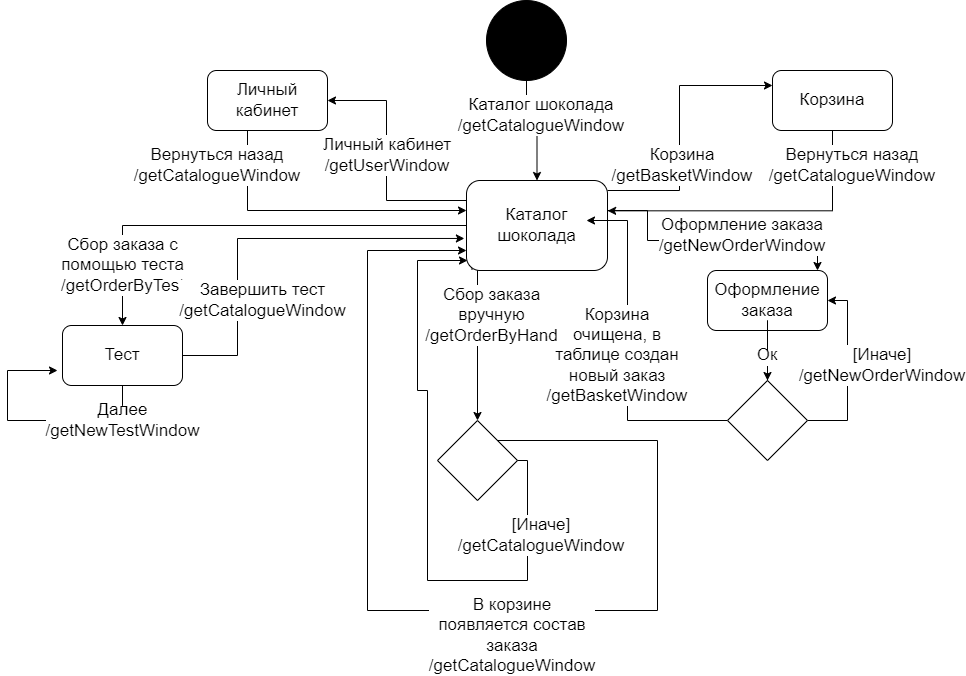
This is resource-images/umlForUser.png from frobbery/chocolate-shop, a draw.io export, as it was before one commit. Source tidied: cells renumbered, new cells last; positions are measured from the earlier drawing's top-left corner, leaving out a move shared by most shapes. Its diagram source:
```xml
<mxGraphModel>
  <root>
    <mxCell id="0" />
    <mxCell id="1" parent="0" />
    <mxCell id="2" style="edgeStyle=orthogonalEdgeStyle;rounded=0;jettySize=auto;html=1;exitX=1;exitY=1;exitDx=0;exitDy=0;entryX=1;entryY=0.75;entryDx=0;entryDy=0;fontSize=17;" parent="1" edge="1" source="x">
      <mxGeometry relative="1" as="geometry">
        <mxPoint x="1130" y="2.5" as="targetPoint" />
        <Array as="points">
          <mxPoint x="1730" y="420" />
          <mxPoint x="1260" y="420" />
          <mxPoint x="1260" />
          <mxPoint x="1130" />
        </Array>
      </mxGeometry>
    </mxCell>
    <mxCell id="3" style="edgeStyle=orthogonalEdgeStyle;rounded=0;jettySize=auto;html=1;entryX=0.5;entryY=0;entryDx=0;entryDy=0;fontSize=17;" parent="1" edge="1" source="4" target="10">
      <mxGeometry relative="1" as="geometry" />
    </mxCell>
    <mxCell id="4" style="ellipse;whiteSpace=wrap;html=1;labelBackgroundColor=default;sketch=0;fontSize=17;fillColor=#000000;" parent="1" vertex="1">
      <mxGeometry x="479" y="290" width="80" height="80" as="geometry" />
    </mxCell>
    <mxCell id="5" style="edgeStyle=orthogonalEdgeStyle;rounded=0;jettySize=auto;html=1;fontSize=17;entryX=0;entryY=0.25;entryDx=0;entryDy=0;" parent="1" edge="1" source="10" target="14">
      <mxGeometry relative="1" as="geometry">
        <Array as="points">
          <mxPoint x="672" y="480" />
          <mxPoint x="672" y="375" />
        </Array>
      </mxGeometry>
    </mxCell>
    <mxCell id="6" style="edgeStyle=orthogonalEdgeStyle;rounded=0;jettySize=auto;html=1;exitX=0;exitY=0.5;exitDx=0;exitDy=0;entryX=1;entryY=0.5;entryDx=0;entryDy=0;fontSize=17;" parent="1" edge="1" source="10" target="18">
      <mxGeometry relative="1" as="geometry">
        <Array as="points">
          <mxPoint x="459" y="490" />
          <mxPoint x="379" y="490" />
          <mxPoint x="379" y="390" />
        </Array>
      </mxGeometry>
    </mxCell>
    <mxCell id="7" style="edgeStyle=orthogonalEdgeStyle;rounded=0;jettySize=auto;html=1;fontSize=17;exitX=1;exitY=0.5;exitDx=0;exitDy=0;" parent="1" edge="1" source="10">
      <mxGeometry relative="1" as="geometry">
        <mxPoint x="810" y="560" as="targetPoint" />
        <Array as="points">
          <mxPoint x="640" y="500" />
          <mxPoint x="640" y="530" />
          <mxPoint x="810" y="530" />
          <mxPoint x="810" y="560" />
        </Array>
      </mxGeometry>
    </mxCell>
    <mxCell id="8" style="edgeStyle=orthogonalEdgeStyle;rounded=0;jettySize=auto;html=1;fontSize=17;exitX=0.039;exitY=0.993;exitDx=0;exitDy=0;exitPerimeter=0;entryX=0.5;entryY=0;entryDx=0;entryDy=0;" parent="1" edge="1" source="10" target="33">
      <mxGeometry relative="1" as="geometry">
        <Array as="points">
          <mxPoint x="470" y="530" />
        </Array>
      </mxGeometry>
    </mxCell>
    <mxCell id="9" style="edgeStyle=orthogonalEdgeStyle;rounded=0;jettySize=auto;html=1;entryX=0.5;entryY=0;entryDx=0;entryDy=0;fontSize=17;" parent="1" edge="1" source="10" target="39">
      <mxGeometry relative="1" as="geometry">
        <Array as="points">
          <mxPoint x="115" y="515" />
        </Array>
      </mxGeometry>
    </mxCell>
    <mxCell id="10" value="Каталог шоколада" style="rounded=1;whiteSpace=wrap;html=1;labelBackgroundColor=default;sketch=0;fontSize=17;fillColor=#FFFFFF;" parent="1" vertex="1">
      <mxGeometry x="459" y="470" width="141" height="90" as="geometry" />
    </mxCell>
    <mxCell id="11" style="edgeStyle=orthogonalEdgeStyle;rounded=0;orthogonalLoop=1;jettySize=auto;html=1;exitX=0.5;exitY=1;exitDx=0;exitDy=0;fontSize=17;" parent="1" edge="1" source="4" target="4">
      <mxGeometry relative="1" as="geometry" />
    </mxCell>
    <mxCell id="12" value="Каталог шоколада&lt;br&gt;/getCatalogueWindow" style="text;html=1;align=center;verticalAlign=middle;whiteSpace=wrap;rounded=0;fontSize=17;sketch=0;labelBackgroundColor=default;" parent="1" vertex="1">
      <mxGeometry x="399" y="390" width="270" height="30" as="geometry" />
    </mxCell>
    <mxCell id="13" style="edgeStyle=orthogonalEdgeStyle;rounded=0;jettySize=auto;html=1;entryX=1.001;entryY=0.337;entryDx=0;entryDy=0;fontSize=17;exitX=0.5;exitY=1;exitDx=0;exitDy=0;entryPerimeter=0;" parent="1" edge="1" source="14" target="10">
      <mxGeometry relative="1" as="geometry" />
    </mxCell>
    <mxCell id="14" value="Корзина" style="rounded=1;whiteSpace=wrap;html=1;labelBackgroundColor=default;sketch=0;fontSize=17;fillColor=#FFFFFF;" parent="1" vertex="1">
      <mxGeometry x="765" y="360" width="120" height="60" as="geometry" />
    </mxCell>
    <mxCell id="15" value="Корзина&lt;br&gt;/getBasketWindow" style="text;html=1;align=center;verticalAlign=middle;whiteSpace=wrap;rounded=0;fontSize=17;sketch=0;labelBackgroundColor=default;" parent="1" vertex="1">
      <mxGeometry x="610" y="440" width="130" height="30" as="geometry" />
    </mxCell>
    <mxCell id="16" value="Вернуться назад&lt;br&gt;/getCatalogueWindow" style="text;html=1;align=center;verticalAlign=middle;whiteSpace=wrap;rounded=0;labelBackgroundColor=#FFFFFF;sketch=0;fontSize=17;" parent="1" vertex="1">
      <mxGeometry x="755" y="440" width="180" height="30" as="geometry" />
    </mxCell>
    <mxCell id="17" style="edgeStyle=orthogonalEdgeStyle;rounded=0;jettySize=auto;html=1;fontSize=17;" parent="1" edge="1" source="18">
      <mxGeometry relative="1" as="geometry">
        <mxPoint x="459" y="500" as="targetPoint" />
        <Array as="points">
          <mxPoint x="240" y="500" />
        </Array>
      </mxGeometry>
    </mxCell>
    <mxCell id="18" value="Личный кабинет" style="rounded=1;whiteSpace=wrap;html=1;labelBackgroundColor=default;sketch=0;fontSize=17;fillColor=#FFFFFF;" parent="1" vertex="1">
      <mxGeometry x="200" y="360" width="120" height="60" as="geometry" />
    </mxCell>
    <mxCell id="19" value="Личный кабинет&lt;br&gt;/getUserWindow" style="text;html=1;align=center;verticalAlign=middle;whiteSpace=wrap;rounded=0;fontSize=17;sketch=0;labelBackgroundColor=default;" parent="1" vertex="1">
      <mxGeometry x="315" y="430" width="130" height="30" as="geometry" />
    </mxCell>
    <mxCell id="20" value="Вернуться назад&lt;br&gt;/getCatalogueWindow" style="text;html=1;align=center;verticalAlign=middle;whiteSpace=wrap;rounded=0;labelBackgroundColor=#FFFFFF;sketch=0;fontSize=17;" parent="1" vertex="1">
      <mxGeometry x="120" y="440" width="180" height="30" as="geometry" />
    </mxCell>
    <mxCell id="21" style="edgeStyle=orthogonalEdgeStyle;rounded=0;jettySize=auto;html=1;entryX=0.5;entryY=0;entryDx=0;entryDy=0;fontSize=17;startArrow=none;" parent="1" edge="1" source="26" target="25">
      <mxGeometry relative="1" as="geometry" />
    </mxCell>
    <mxCell id="22" value="Оформление заказа" style="rounded=1;whiteSpace=wrap;html=1;labelBackgroundColor=default;sketch=0;fontSize=17;fillColor=#FFFFFF;" parent="1" vertex="1">
      <mxGeometry x="700" y="560" width="120" height="60" as="geometry" />
    </mxCell>
    <mxCell id="23" style="edgeStyle=orthogonalEdgeStyle;rounded=0;jettySize=auto;html=1;fontSize=17;" parent="1" edge="1" source="25">
      <mxGeometry relative="1" as="geometry">
        <mxPoint x="579" y="510" as="targetPoint" />
        <Array as="points">
          <mxPoint x="620" y="710" />
          <mxPoint x="620" y="510" />
          <mxPoint x="579" y="510" />
        </Array>
      </mxGeometry>
    </mxCell>
    <mxCell id="24" style="edgeStyle=orthogonalEdgeStyle;rounded=0;jettySize=auto;html=1;entryX=1;entryY=0.5;entryDx=0;entryDy=0;fontSize=17;" parent="1" edge="1" source="25" target="22">
      <mxGeometry relative="1" as="geometry">
        <Array as="points">
          <mxPoint x="840" y="710" />
          <mxPoint x="840" y="590" />
        </Array>
      </mxGeometry>
    </mxCell>
    <mxCell id="25" style="rhombus;whiteSpace=wrap;html=1;labelBackgroundColor=default;sketch=0;fontSize=17;fillColor=#FFFFFF;" parent="1" vertex="1">
      <mxGeometry x="720" y="670" width="80" height="80" as="geometry" />
    </mxCell>
    <mxCell id="26" value="Ок" style="text;html=1;strokeColor=none;fillColor=none;align=center;verticalAlign=middle;whiteSpace=wrap;rounded=0;labelBackgroundColor=default;sketch=0;fontSize=17;" parent="1" vertex="1">
      <mxGeometry x="730" y="630" width="60" height="30" as="geometry" />
    </mxCell>
    <mxCell id="27" style="edgeStyle=orthogonalEdgeStyle;rounded=0;jettySize=auto;html=1;entryX=0.5;entryY=0;entryDx=0;entryDy=0;fontSize=17;endArrow=none;" parent="1" edge="1" source="22" target="26">
      <mxGeometry relative="1" as="geometry" />
    </mxCell>
    <mxCell id="28" value="Корзина очищена, в таблице создан новый заказ&lt;br&gt;/getBasketWindow" style="text;html=1;align=center;verticalAlign=middle;whiteSpace=wrap;rounded=0;fontSize=17;sketch=0;labelBackgroundColor=default;" parent="1" vertex="1">
      <mxGeometry x="545" y="630" width="130" height="30" as="geometry" />
    </mxCell>
    <mxCell id="29" value="Оформление заказа&lt;br&gt;/&lt;span style=&quot;text-align: left&quot;&gt;getNewOrderWindow&lt;/span&gt;" style="text;html=1;strokeColor=none;fillColor=none;align=center;verticalAlign=middle;whiteSpace=wrap;rounded=0;labelBackgroundColor=#FFFFFF;sketch=0;fontSize=17;" parent="1" vertex="1">
      <mxGeometry x="690" y="510" width="90" height="30" as="geometry" />
    </mxCell>
    <mxCell id="30" value="[Иначе]&lt;br&gt;/&lt;span style=&quot;text-align: left&quot;&gt;getNewOrderWindow&lt;/span&gt;" style="text;html=1;strokeColor=none;fillColor=none;align=center;verticalAlign=middle;whiteSpace=wrap;rounded=0;labelBackgroundColor=#FFFFFF;sketch=0;fontSize=17;" parent="1" vertex="1">
      <mxGeometry x="830" y="640" width="90" height="30" as="geometry" />
    </mxCell>
    <mxCell id="31" style="edgeStyle=orthogonalEdgeStyle;rounded=0;jettySize=auto;html=1;exitX=0.5;exitY=1;exitDx=0;exitDy=0;fontSize=17;" parent="1" edge="1" source="33">
      <mxGeometry relative="1" as="geometry">
        <mxPoint x="460" y="550" as="targetPoint" />
        <Array as="points">
          <mxPoint x="470" y="750" />
          <mxPoint x="520" y="750" />
          <mxPoint x="520" y="870" />
          <mxPoint x="420" y="870" />
          <mxPoint x="420" y="680" />
          <mxPoint x="410" y="680" />
          <mxPoint x="410" y="550" />
          <mxPoint x="460" y="550" />
        </Array>
      </mxGeometry>
    </mxCell>
    <mxCell id="32" style="edgeStyle=orthogonalEdgeStyle;rounded=0;jettySize=auto;html=1;exitX=1;exitY=0;exitDx=0;exitDy=0;fontSize=17;" parent="1" edge="1" source="33">
      <mxGeometry relative="1" as="geometry">
        <mxPoint x="459" y="540" as="targetPoint" />
        <Array as="points">
          <mxPoint x="650" y="730" />
          <mxPoint x="650" y="900" />
          <mxPoint x="360" y="900" />
          <mxPoint x="360" y="540" />
          <mxPoint x="459" y="540" />
        </Array>
      </mxGeometry>
    </mxCell>
    <mxCell id="33" style="rhombus;whiteSpace=wrap;html=1;labelBackgroundColor=default;sketch=0;fontSize=17;fillColor=#FFFFFF;" parent="1" vertex="1">
      <mxGeometry x="430" y="710" width="80" height="80" as="geometry" />
    </mxCell>
    <mxCell id="34" value="Сбор заказа вручную&lt;br&gt;/&lt;span style=&quot;text-align: left&quot;&gt;getOrderByHand&lt;/span&gt;" style="text;html=1;strokeColor=none;fillColor=none;align=center;verticalAlign=middle;whiteSpace=wrap;rounded=0;labelBackgroundColor=#FFFFFF;sketch=0;fontSize=17;" parent="1" vertex="1">
      <mxGeometry x="445" y="590" width="79" height="30" as="geometry" />
    </mxCell>
    <mxCell id="35" value="[Иначе]&lt;br&gt;/&lt;span style=&quot;text-align: left&quot;&gt;getCatalogueWindow&lt;/span&gt;" style="text;html=1;strokeColor=none;fillColor=none;align=center;verticalAlign=middle;whiteSpace=wrap;rounded=0;labelBackgroundColor=#FFFFFF;sketch=0;fontSize=17;" parent="1" vertex="1">
      <mxGeometry x="489" y="810" width="90" height="30" as="geometry" />
    </mxCell>
    <mxCell id="36" value="В корзине появляется состав заказа&lt;br&gt;/getCatalogueWindow" style="text;html=1;align=center;verticalAlign=middle;whiteSpace=wrap;rounded=0;fontSize=17;sketch=0;labelBackgroundColor=default;" parent="1" vertex="1">
      <mxGeometry x="440" y="910" width="130" height="30" as="geometry" />
    </mxCell>
    <mxCell id="37" style="edgeStyle=orthogonalEdgeStyle;rounded=0;jettySize=auto;html=1;fontSize=17;startArrow=none;" parent="1" edge="1" source="41">
      <mxGeometry relative="1" as="geometry">
        <mxPoint x="50" y="660" as="targetPoint" />
        <Array as="points">
          <mxPoint y="710" />
          <mxPoint y="660" />
        </Array>
      </mxGeometry>
    </mxCell>
    <mxCell id="38" style="edgeStyle=orthogonalEdgeStyle;rounded=0;jettySize=auto;html=1;entryX=-0.015;entryY=0.644;entryDx=0;entryDy=0;entryPerimeter=0;fontSize=17;exitX=1;exitY=0.5;exitDx=0;exitDy=0;" parent="1" edge="1" source="39" target="10">
      <mxGeometry relative="1" as="geometry">
        <Array as="points">
          <mxPoint x="230" y="645" />
          <mxPoint x="230" y="528" />
        </Array>
      </mxGeometry>
    </mxCell>
    <mxCell id="39" value="Тест" style="rounded=1;whiteSpace=wrap;html=1;labelBackgroundColor=default;sketch=0;fontSize=17;fillColor=#FFFFFF;" parent="1" vertex="1">
      <mxGeometry x="55" y="615" width="120" height="60" as="geometry" />
    </mxCell>
    <mxCell id="40" value="Сбор заказа с помощью теста&lt;br&gt;/&lt;span style=&quot;text-align: left&quot;&gt;getOrderByTest&lt;/span&gt;" style="text;html=1;strokeColor=none;fillColor=none;align=center;verticalAlign=middle;whiteSpace=wrap;rounded=0;labelBackgroundColor=#FFFFFF;sketch=0;fontSize=17;" parent="1" vertex="1">
      <mxGeometry x="75.5" y="540" width="79" height="30" as="geometry" />
    </mxCell>
    <mxCell id="41" value="Далее&lt;br&gt;/&lt;span style=&quot;text-align: left&quot;&gt;getNewTestWindow&lt;/span&gt;" style="text;html=1;strokeColor=none;fillColor=none;align=center;verticalAlign=middle;whiteSpace=wrap;rounded=0;labelBackgroundColor=#FFFFFF;sketch=0;fontSize=17;" parent="1" vertex="1">
      <mxGeometry x="75.5" y="695" width="79" height="30" as="geometry" />
    </mxCell>
    <mxCell id="42" style="edgeStyle=orthogonalEdgeStyle;rounded=0;jettySize=auto;html=1;entryX=0.5;entryY=0;entryDx=0;entryDy=0;fontSize=17;endArrow=none;" parent="1" edge="1" source="39" target="41">
      <mxGeometry relative="1" as="geometry" />
    </mxCell>
    <mxCell id="43" value="Завершить тест&lt;br&gt;/&lt;span style=&quot;text-align: left&quot;&gt;getCatalogueWindow&lt;/span&gt;" style="text;html=1;strokeColor=none;fillColor=none;align=center;verticalAlign=middle;whiteSpace=wrap;rounded=0;labelBackgroundColor=#FFFFFF;sketch=0;fontSize=17;" parent="1" vertex="1">
      <mxGeometry x="215.5" y="575" width="79" height="30" as="geometry" />
    </mxCell>
  </root>
</mxGraphModel>
```
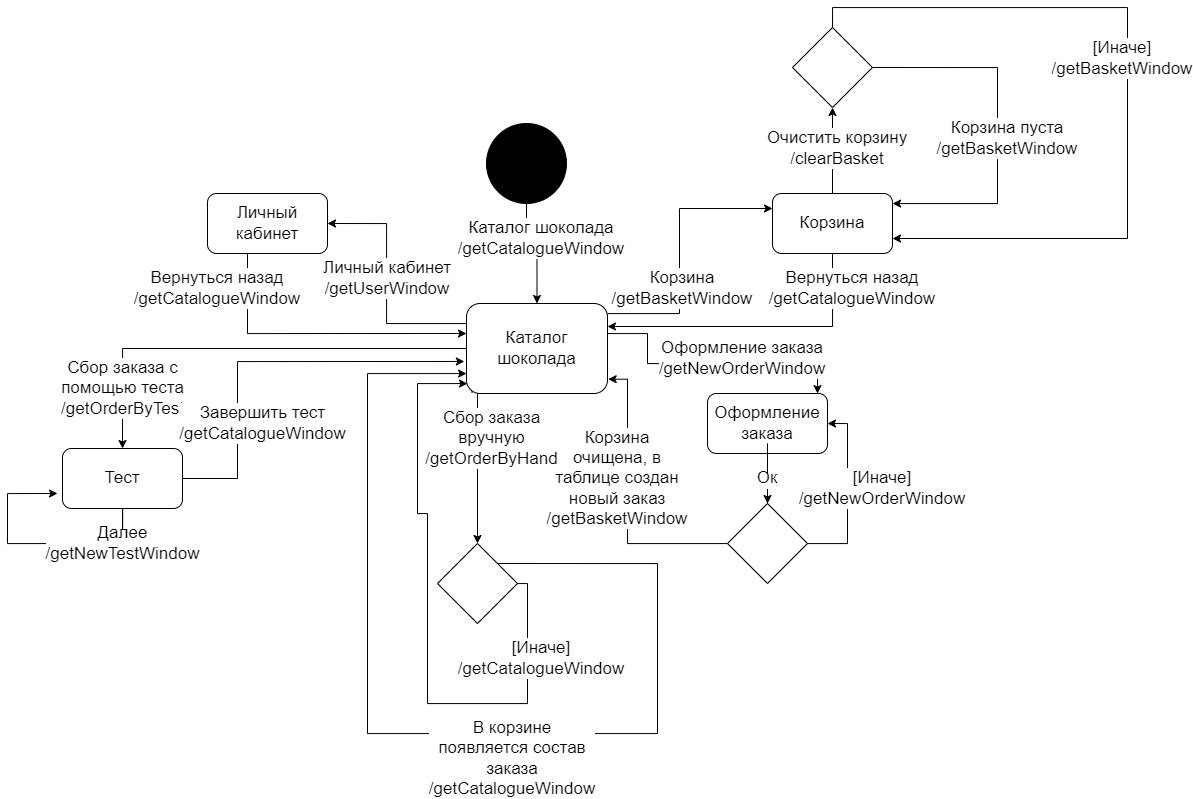
After the change.

Change to the diagram source:
```diff
@@ -2,7 +2,7 @@
   <root>
     <mxCell id="0" />
     <mxCell id="1" parent="0" />
-    <mxCell id="2" style="edgeStyle=orthogonalEdgeStyle;rounded=0;jettySize=auto;html=1;exitX=1;exitY=1;exitDx=0;exitDy=0;entryX=1;entryY=0.75;entryDx=0;entryDy=0;fontSize=17;" parent="1" edge="1" source="x">
+    <mxCell id="2" style="edgeStyle=orthogonalEdgeStyle;rounded=0;orthogonalLoop=1;jettySize=auto;html=1;exitX=1;exitY=1;exitDx=0;exitDy=0;entryX=1;entryY=0.75;entryDx=0;entryDy=0;fontSize=17;" parent="1" edge="1">
       <mxGeometry relative="1" as="geometry">
         <mxPoint x="1130" y="2.5" as="targetPoint" />
         <Array as="points">
@@ -70,9 +70,17 @@
     <mxCell id="12" value="Каталог шоколада&lt;br&gt;/getCatalogueWindow" style="text;html=1;align=center;verticalAlign=middle;whiteSpace=wrap;rounded=0;fontSize=17;sketch=0;labelBackgroundColor=default;" parent="1" vertex="1">
       <mxGeometry x="399" y="390" width="270" height="30" as="geometry" />
     </mxCell>
-    <mxCell id="13" style="edgeStyle=orthogonalEdgeStyle;rounded=0;jettySize=auto;html=1;entryX=1.001;entryY=0.337;entryDx=0;entryDy=0;fontSize=17;exitX=0.5;exitY=1;exitDx=0;exitDy=0;entryPerimeter=0;" parent="1" edge="1" source="14" target="10">
-      <mxGeometry relative="1" as="geometry" />
+    <mxCell id="13" style="edgeStyle=orthogonalEdgeStyle;rounded=0;jettySize=auto;html=1;fontSize=17;exitX=0.5;exitY=1;exitDx=0;exitDy=0;entryX=1;entryY=0.25;entryDx=0;entryDy=0;" parent="1" edge="1" source="14" target="10">
+      <mxGeometry relative="1" as="geometry">
+        <Array as="points">
+          <mxPoint x="825" y="493" />
+          <mxPoint x="600" y="493" />
+        </Array>
+      </mxGeometry>
     </mxCell>
+    <mxCell id="44" style="edgeStyle=orthogonalEdgeStyle;rounded=0;jettySize=auto;html=1;exitX=0.5;exitY=0;exitDx=0;exitDy=0;entryX=0.5;entryY=1;entryDx=0;entryDy=0;" parent="1" edge="1" source="14" target="47">
+      <mxGeometry relative="1" as="geometry" />
+    </mxCell>
     <mxCell id="14" value="Корзина" style="rounded=1;whiteSpace=wrap;html=1;labelBackgroundColor=default;sketch=0;fontSize=17;fillColor=#FFFFFF;" parent="1" vertex="1">
       <mxGeometry x="765" y="360" width="120" height="60" as="geometry" />
     </mxCell>
@@ -105,13 +113,11 @@
     <mxCell id="22" value="Оформление заказа" style="rounded=1;whiteSpace=wrap;html=1;labelBackgroundColor=default;sketch=0;fontSize=17;fillColor=#FFFFFF;" parent="1" vertex="1">
       <mxGeometry x="700" y="560" width="120" height="60" as="geometry" />
     </mxCell>
-    <mxCell id="23" style="edgeStyle=orthogonalEdgeStyle;rounded=0;jettySize=auto;html=1;fontSize=17;" parent="1" edge="1" source="25">
+    <mxCell id="23" style="edgeStyle=orthogonalEdgeStyle;rounded=0;jettySize=auto;html=1;fontSize=17;entryX=1.005;entryY=0.841;entryDx=0;entryDy=0;entryPerimeter=0;" parent="1" edge="1" source="25" target="10">
       <mxGeometry relative="1" as="geometry">
-        <mxPoint x="579" y="510" as="targetPoint" />
         <Array as="points">
           <mxPoint x="620" y="710" />
-          <mxPoint x="620" y="510" />
-          <mxPoint x="579" y="510" />
+          <mxPoint x="620" y="546" />
         </Array>
       </mxGeometry>
     </mxCell>
@@ -212,5 +218,36 @@
     <mxCell id="43" value="Завершить тест&lt;br&gt;/&lt;span style=&quot;text-align: left&quot;&gt;getCatalogueWindow&lt;/span&gt;" style="text;html=1;strokeColor=none;fillColor=none;align=center;verticalAlign=middle;whiteSpace=wrap;rounded=0;labelBackgroundColor=#FFFFFF;sketch=0;fontSize=17;" parent="1" vertex="1">
       <mxGeometry x="215.5" y="575" width="79" height="30" as="geometry" />
     </mxCell>
+    <mxCell id="45" style="edgeStyle=orthogonalEdgeStyle;rounded=0;jettySize=auto;html=1;exitX=1;exitY=0.5;exitDx=0;exitDy=0;" parent="1" edge="1" source="47">
+      <mxGeometry relative="1" as="geometry">
+        <mxPoint x="885" y="370" as="targetPoint" />
+        <Array as="points">
+          <mxPoint x="990" y="234" />
+          <mxPoint x="990" y="370" />
+          <mxPoint x="885" y="370" />
+        </Array>
+      </mxGeometry>
+    </mxCell>
+    <mxCell id="46" style="edgeStyle=orthogonalEdgeStyle;rounded=0;jettySize=auto;html=1;exitX=0.5;exitY=0;exitDx=0;exitDy=0;entryX=1;entryY=0.75;entryDx=0;entryDy=0;" parent="1" edge="1" source="47" target="14">
+      <mxGeometry relative="1" as="geometry">
+        <Array as="points">
+          <mxPoint x="825" y="174" />
+          <mxPoint x="1120" y="174" />
+          <mxPoint x="1120" y="405" />
+        </Array>
+      </mxGeometry>
+    </mxCell>
+    <mxCell id="47" style="rhombus;whiteSpace=wrap;html=1;" parent="1" vertex="1">
+      <mxGeometry x="785" y="194" width="80" height="80" as="geometry" />
+    </mxCell>
+    <mxCell id="48" value="Очистить корзину&lt;br&gt;/clearBasket" style="text;html=1;align=center;verticalAlign=middle;whiteSpace=wrap;rounded=0;labelBackgroundColor=#FFFFFF;sketch=0;fontSize=17;" parent="1" vertex="1">
+      <mxGeometry x="740" y="300" width="180" height="30" as="geometry" />
+    </mxCell>
+    <mxCell id="49" value="Корзина пуста&lt;br&gt;/getBasketWindow" style="text;html=1;align=center;verticalAlign=middle;whiteSpace=wrap;rounded=0;fontSize=17;sketch=0;labelBackgroundColor=default;" parent="1" vertex="1">
+      <mxGeometry x="935" y="290" width="130" height="30" as="geometry" />
+    </mxCell>
+    <mxCell id="50" value="[Иначе]&lt;br&gt;/getBasketWindow" style="text;html=1;align=center;verticalAlign=middle;whiteSpace=wrap;rounded=0;fontSize=17;sketch=0;labelBackgroundColor=default;" parent="1" vertex="1">
+      <mxGeometry x="1050" y="210" width="130" height="30" as="geometry" />
+    </mxCell>
   </root>
 </mxGraphModel>
```
